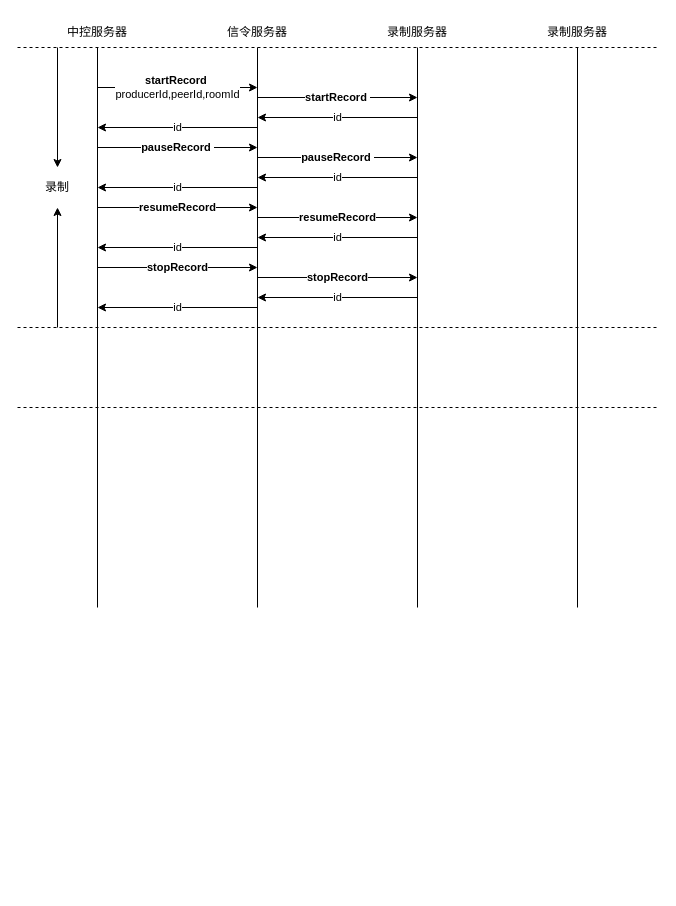
This is Diagram3.drawio from craterone/imgs, a draw.io file, before an edit. Source tidied: cells renumbered, new cells numbered last; positions are measured from the earlier drawing's top-left corner, leaving out a move shared by most shapes. Both pictures are drawn from the tidied source at 100%, with x=0, y=0 at pixel (17, 17).
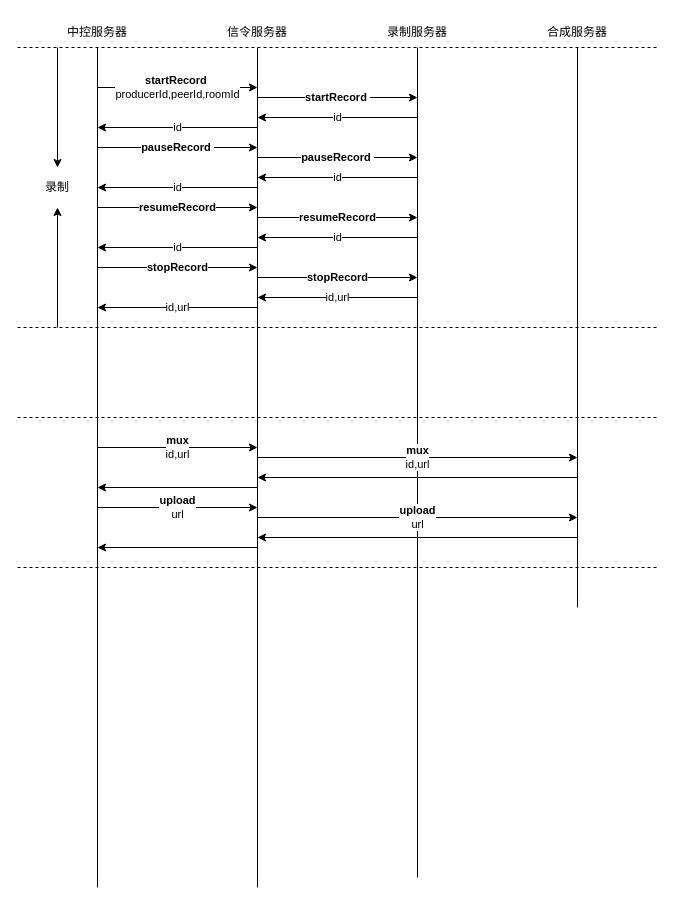
Above is the later version.

The change refers to these unchanged cells:
```xml
<mxCell id="6" value="中控服务器" style="text;html=1;strokeColor=none;fillColor=none;align=center;verticalAlign=middle;whiteSpace=wrap;rounded=0;" parent="1" vertex="1">
  <mxGeometry x="40" width="80" height="30" as="geometry" />
</mxCell>
```

Diff of the diagram source:
```diff
@@
     <mxCell id="7" style="endArrow=none;html=1;rounded=0;" parent="1" edge="1" target="6">
       <mxGeometry relative="1" as="geometry">
-        <mxPoint x="80" y="590" as="sourcePoint" />
+        <mxPoint x="80" y="870" as="sourcePoint" />
       </mxGeometry>
     </mxCell>
@@
-    <mxCell id="14" value="id" style="endArrow=none;html=1;rounded=0;startArrow=classic;startFill=1;endFill=0;" parent="1" edge="1">
+    <mxCell id="14" value="id,url" style="endArrow=none;html=1;rounded=0;startArrow=classic;startFill=1;endFill=0;" parent="1" edge="1">
       <mxGeometry relative="1" as="geometry">
         <mxPoint x="80" y="290" as="sourcePoint" />
         <mxPoint x="240" y="290" as="targetPoint" />
       </mxGeometry>
     </mxCell>
     <mxCell id="15" style="endArrow=none;html=1;rounded=0;" parent="1" edge="1">
       <mxGeometry relative="1" as="geometry">
-        <mxPoint x="240" y="590" as="sourcePoint" />
+        <mxPoint x="240" y="870" as="sourcePoint" />
         <mxPoint x="240" y="30" as="targetPoint" />
       </mxGeometry>
     </mxCell>
@@
-    <mxCell id="20" value="id" style="endArrow=none;html=1;rounded=0;startArrow=classic;startFill=1;endFill=0;" parent="1" edge="1">
+    <mxCell id="20" value="id,url" style="endArrow=none;html=1;rounded=0;startArrow=classic;startFill=1;endFill=0;" parent="1" edge="1">
       <mxGeometry relative="1" as="geometry">
         <mxPoint x="240" y="280" as="sourcePoint" />
         <mxPoint x="400" y="280" as="targetPoint" />
       </mxGeometry>
     </mxCell>
     <mxCell id="21" style="endArrow=none;html=1;rounded=0;" parent="1" edge="1">
       <mxGeometry relative="1" as="geometry">
-        <mxPoint x="400" y="590" as="sourcePoint" />
+        <mxPoint x="400" y="860" as="sourcePoint" />
         <mxPoint x="400" y="30" as="targetPoint" />
       </mxGeometry>
     </mxCell>
@@
-    <mxCell id="26" value="录制服务器" style="text;html=1;strokeColor=none;fillColor=none;align=center;verticalAlign=middle;whiteSpace=wrap;rounded=0;" parent="1" vertex="1">
+    <mxCell id="26" value="合成服务器" style="text;html=1;strokeColor=none;fillColor=none;align=center;verticalAlign=middle;whiteSpace=wrap;rounded=0;" parent="1" vertex="1">
       <mxGeometry x="520" width="80" height="30" as="geometry" />
     </mxCell>
@@
     <mxCell id="32" style="endArrow=none;dashed=1;html=1;rounded=0;" parent="1" edge="1">
       <mxGeometry relative="1" as="geometry">
-        <mxPoint y="390" as="sourcePoint" />
-        <mxPoint x="640" y="390" as="targetPoint" />
+        <mxPoint y="550" as="sourcePoint" />
+        <mxPoint x="640" y="550" as="targetPoint" />
       </mxGeometry>
     </mxCell>
+    <mxCell id="33" value="&lt;b&gt;mux&lt;/b&gt;&lt;br&gt;id,url" style="endArrow=classic;html=1;rounded=0;" parent="1" edge="1">
+      <mxGeometry relative="1" as="geometry">
+        <mxPoint x="80" y="430" as="sourcePoint" />
+        <mxPoint x="240" y="430" as="targetPoint" />
+      </mxGeometry>
+    </mxCell>
+    <mxCell id="34" value="&lt;b&gt;mux&lt;/b&gt;&lt;br&gt;id,url" style="endArrow=classic;html=1;rounded=0;" parent="1" edge="1">
+      <mxGeometry relative="1" as="geometry">
+        <mxPoint x="240" y="440" as="sourcePoint" />
+        <mxPoint x="560" y="440" as="targetPoint" />
+      </mxGeometry>
+    </mxCell>
+    <mxCell id="35" style="endArrow=classic;html=1;rounded=0;" parent="1" edge="1">
+      <mxGeometry relative="1" as="geometry">
+        <mxPoint x="560" y="460" as="sourcePoint" />
+        <mxPoint x="240" y="460" as="targetPoint" />
+      </mxGeometry>
+    </mxCell>
+    <mxCell id="36" style="endArrow=classic;html=1;rounded=0;" parent="1" edge="1">
+      <mxGeometry relative="1" as="geometry">
+        <mxPoint x="240" y="470" as="sourcePoint" />
+        <mxPoint x="80" y="470" as="targetPoint" />
+      </mxGeometry>
+    </mxCell>
+    <mxCell id="37" value="&lt;b&gt;upload&lt;/b&gt;&lt;br&gt;url" style="endArrow=classic;html=1;rounded=0;" parent="1" edge="1">
+      <mxGeometry relative="1" as="geometry">
+        <mxPoint x="80" y="490" as="sourcePoint" />
+        <mxPoint x="240" y="490" as="targetPoint" />
+      </mxGeometry>
+    </mxCell>
+    <mxCell id="38" value="&lt;b&gt;upload&lt;/b&gt;&lt;br&gt;url" style="endArrow=classic;html=1;rounded=0;" parent="1" edge="1">
+      <mxGeometry relative="1" as="geometry">
+        <mxPoint x="240" y="500" as="sourcePoint" />
+        <mxPoint x="560" y="500" as="targetPoint" />
+      </mxGeometry>
+    </mxCell>
+    <mxCell id="39" style="endArrow=classic;html=1;rounded=0;" parent="1" edge="1">
+      <mxGeometry relative="1" as="geometry">
+        <mxPoint x="560" y="520" as="sourcePoint" />
+        <mxPoint x="240" y="520" as="targetPoint" />
+      </mxGeometry>
+    </mxCell>
+    <mxCell id="40" style="endArrow=classic;html=1;rounded=0;" parent="1" edge="1">
+      <mxGeometry relative="1" as="geometry">
+        <mxPoint x="240" y="530" as="sourcePoint" />
+        <mxPoint x="80" y="530" as="targetPoint" />
+      </mxGeometry>
+    </mxCell>
+    <mxCell id="41" style="endArrow=none;dashed=1;html=1;rounded=0;" parent="1" edge="1">
+      <mxGeometry relative="1" as="geometry">
+        <mxPoint y="400" as="sourcePoint" />
+        <mxPoint x="640" y="400" as="targetPoint" />
+      </mxGeometry>
+    </mxCell>
```
